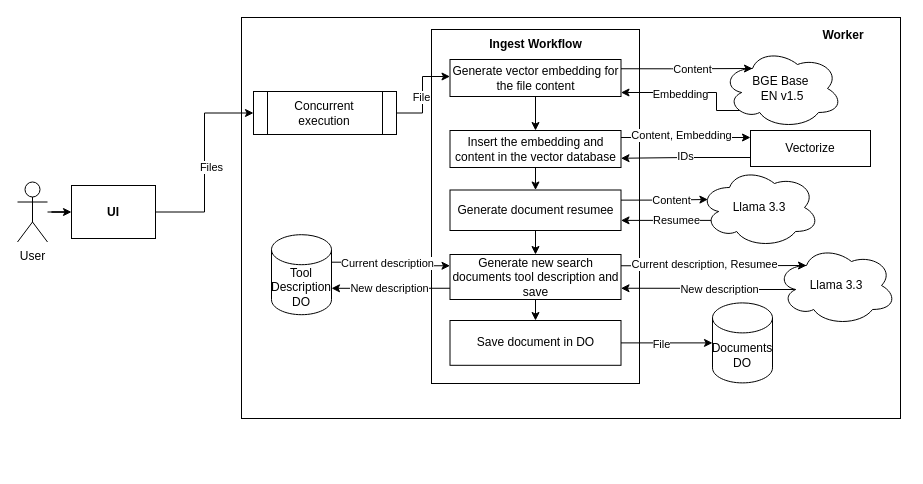
Above: page "Ingest" (2 of 3) of diagrams/diagrams.drawio in jaimerusso/cf_ai_tbot_lite (draw.io), before the change. Source tidied: cells renumbered, new cells numbered last; positions are measured from the earlier drawing's top-left corner, leaving out a move shared by most shapes. Both pictures are drawn from the tidied source at 100%, with x=0, y=0 at pixel (17, 17).
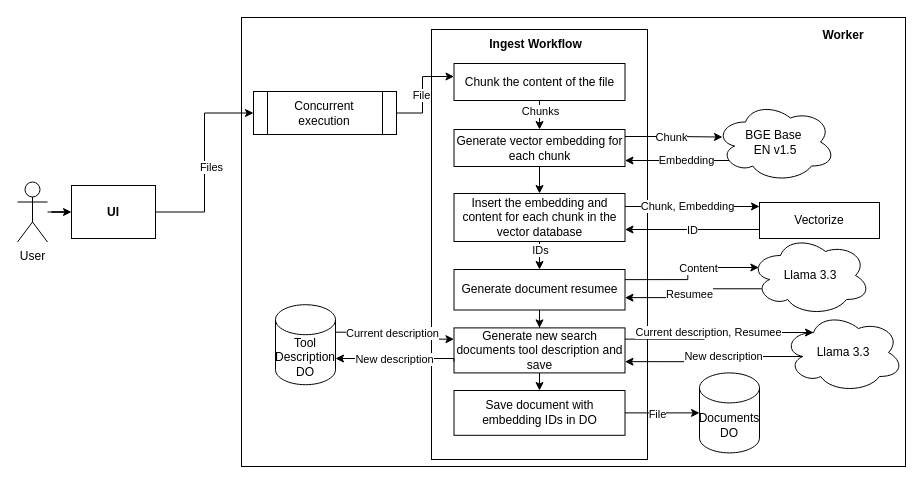
Above is the later version.

Commit message (it also covers changes not shown here):
diagrams update with document chunking

The change refers to these unchanged cells:
```xml
<mxCell id="13" value="Concurrent execution" style="shape=process;whiteSpace=wrap;html=1;backgroundOutline=1;" parent="1" vertex="1">
  <mxGeometry x="236" y="74" width="143" height="43" as="geometry" />
</mxCell>
<mxCell id="21" style="edgeStyle=orthogonalEdgeStyle;rounded=0;jettySize=auto;html=1;exitX=0.5;exitY=1;exitDx=0;exitDy=0;entryX=0.5;entryY=0;entryDx=0;entryDy=0;" parent="1" edge="1" source="22" target="27">
  <mxGeometry relative="1" as="geometry" />
</mxCell>
<mxCell id="23" style="edgeStyle=orthogonalEdgeStyle;rounded=0;jettySize=auto;html=1;exitX=0;exitY=0.75;exitDx=0;exitDy=0;entryX=1;entryY=0.75;entryDx=0;entryDy=0;" parent="1" edge="1" source="25" target="22">
  <mxGeometry relative="1" as="geometry" />
</mxCell>
```

Diff of the diagram source:
```diff
@@
     <mxCell id="2" style="rounded=0;whiteSpace=wrap;html=1;" parent="1" vertex="1">
-      <mxGeometry x="224" width="659" height="401" as="geometry" />
+      <mxGeometry x="224" width="664" height="449" as="geometry" />
     </mxCell>
@@
     <mxCell id="8" style="rounded=0;whiteSpace=wrap;html=1;fillColor=none;" parent="1" vertex="1">
-      <mxGeometry x="414" y="12" width="208" height="354" as="geometry" />
+      <mxGeometry x="414" y="12" width="216" height="430" as="geometry" />
     </mxCell>
@@
-    <mxCell id="11" style="edgeStyle=orthogonalEdgeStyle;rounded=0;jettySize=auto;html=1;exitX=1;exitY=0.5;exitDx=0;exitDy=0;" parent="1" edge="1" source="13" target="18">
+    <mxCell id="11" style="edgeStyle=orthogonalEdgeStyle;rounded=0;jettySize=auto;html=1;exitX=1;exitY=0.5;exitDx=0;exitDy=0;" parent="1" edge="1" source="13" target="54">
       <mxGeometry relative="1" as="geometry">
         <Array as="points">
           <mxPoint x="405" y="96" />
           <mxPoint x="405" y="59" />
+          <mxPoint x="537" y="59" />
         </Array>
       </mxGeometry>
     </mxCell>
@@
-    <mxCell id="14" style="edgeStyle=orthogonalEdgeStyle;rounded=0;jettySize=auto;html=1;exitX=0.16;exitY=0.55;exitDx=0;exitDy=0;exitPerimeter=0;entryX=1;entryY=0.892;entryDx=0;entryDy=0;entryPerimeter=0;" parent="1" edge="1" source="16" target="18">
+    <mxCell id="14" style="edgeStyle=orthogonalEdgeStyle;rounded=0;jettySize=auto;html=1;exitX=0.12;exitY=0.708;exitDx=0;exitDy=0;exitPerimeter=0;" parent="1" edge="1" source="16" target="18">
       <mxGeometry relative="1" as="geometry">
         <Array as="points">
-          <mxPoint x="699" y="93" />
+          <mxPoint x="725" y="143" />
         </Array>
       </mxGeometry>
     </mxCell>
     <mxCell id="15" value="Embedding" style="edgeLabel;html=1;align=center;verticalAlign=middle;" parent="14" vertex="1">
       <mxGeometry x="0.27" y="1" relative="1" as="geometry">
-        <mxPoint x="2" as="offset" />
+        <mxPoint x="13" y="-2" as="offset" />
       </mxGeometry>
     </mxCell>
     <mxCell id="16" value="BGE Base&amp;nbsp;&lt;div&gt;EN v1.5&lt;/div&gt;" style="ellipse;shape=cloud;whiteSpace=wrap;html=1;" parent="1" vertex="1">
-      <mxGeometry x="705" y="31" width="120" height="80" as="geometry" />
+      <mxGeometry x="698" y="84.5" width="120" height="80" as="geometry" />
     </mxCell>
@@
-    <mxCell id="18" value="Generate vector embedding for the file content" style="rounded=0;whiteSpace=wrap;html=1;" parent="1" vertex="1">
-      <mxGeometry x="432.5" y="42" width="171" height="37" as="geometry" />
+    <mxCell id="18" value="Generate vector embedding for each chunk" style="rounded=0;whiteSpace=wrap;html=1;" parent="1" vertex="1">
+      <mxGeometry x="436.5" y="112" width="171" height="37" as="geometry" />
     </mxCell>
-    <mxCell id="19" style="edgeStyle=orthogonalEdgeStyle;rounded=0;jettySize=auto;html=1;" parent="1" edge="1" source="22" target="25">
+    <mxCell id="19" style="edgeStyle=orthogonalEdgeStyle;rounded=0;jettySize=auto;html=1;" parent="1" edge="1" target="25">
       <mxGeometry relative="1" as="geometry">
+        <mxPoint x="606" y="197" as="sourcePoint" />
         <Array as="points">
-          <mxPoint x="667" y="120" />
-          <mxPoint x="667" y="120" />
+          <mxPoint x="606" y="189" />
         </Array>
       </mxGeometry>
     </mxCell>
-    <mxCell id="20" value="Content, Embedding" style="edgeLabel;html=1;align=center;verticalAlign=middle;" parent="19" vertex="1">
+    <mxCell id="20" value="Chunk, Embedding" style="edgeLabel;html=1;align=center;verticalAlign=middle;" parent="19" vertex="1">
       <mxGeometry x="0.24" y="1" relative="1" as="geometry">
-        <mxPoint x="-20" y="-2" as="offset" />
+        <mxPoint x="-18" as="offset" />
       </mxGeometry>
     </mxCell>
@@
+    <mxCell id="51" value="IDs" style="edgeLabel;html=1;align=center;verticalAlign=middle;" parent="21" vertex="1">
+      <mxGeometry x="-0.26" y="2" relative="1" as="geometry">
+        <mxPoint x="-2" y="-2" as="offset" />
+      </mxGeometry>
+    </mxCell>
-    <mxCell id="22" value="Insert the embedding and content in the vector database" style="rounded=0;whiteSpace=wrap;html=1;" parent="1" vertex="1">
-      <mxGeometry x="432.5" y="113" width="171" height="37" as="geometry" />
+    <mxCell id="22" value="Insert the embedding and content for each chunk in the vector database" style="rounded=0;whiteSpace=wrap;html=1;" parent="1" vertex="1">
+      <mxGeometry x="436.5" y="176" width="171" height="48" as="geometry" />
     </mxCell>
@@
-    <mxCell id="24" value="IDs" style="edgeLabel;html=1;align=center;verticalAlign=middle;" parent="23" vertex="1">
+    <mxCell id="24" value="ID" style="edgeLabel;html=1;align=center;verticalAlign=middle;" parent="23" vertex="1">
       <mxGeometry x="-0.23" y="-2" relative="1" as="geometry">
-        <mxPoint x="-16" as="offset" />
+        <mxPoint x="-16" y="2" as="offset" />
       </mxGeometry>
     </mxCell>
-    <mxCell id="25" value="Vectorize" style="rounded=0;whiteSpace=wrap;html=1;" parent="1" vertex="1">
-      <mxGeometry x="733" y="113" width="120" height="36" as="geometry" />
-    </mxCell>
@@
     <mxCell id="27" value="Generate document resumee" style="rounded=0;whiteSpace=wrap;html=1;" parent="1" vertex="1">
-      <mxGeometry x="432.5" y="172.5" width="171" height="40.5" as="geometry" />
+      <mxGeometry x="436.5" y="252" width="171" height="40.5" as="geometry" />
     </mxCell>
-    <mxCell id="28" style="edgeStyle=orthogonalEdgeStyle;rounded=0;jettySize=auto;html=1;exitX=1;exitY=0.25;exitDx=0;exitDy=0;entryX=0.25;entryY=0.25;entryDx=0;entryDy=0;entryPerimeter=0;" parent="1" edge="1" source="18" target="16">
-      <mxGeometry relative="1" as="geometry" />
+    <mxCell id="28" style="edgeStyle=orthogonalEdgeStyle;rounded=0;jettySize=auto;html=1;entryX=0.058;entryY=0.438;entryDx=0;entryDy=0;entryPerimeter=0;" parent="1" edge="1" target="16">
+      <mxGeometry relative="1" as="geometry">
+        <mxPoint x="607.5" y="119" as="sourcePoint" />
+        <Array as="points">
+          <mxPoint x="659" y="119" />
+        </Array>
+      </mxGeometry>
     </mxCell>
-    <mxCell id="29" value="Content" style="edgeLabel;html=1;align=center;verticalAlign=middle;" parent="28" vertex="1">
-      <mxGeometry x="0.07" relative="1" as="geometry" />
+    <mxCell id="29" value="Chunk" style="edgeLabel;html=1;align=center;verticalAlign=middle;" parent="28" vertex="1">
+      <mxGeometry x="0.07" relative="1" as="geometry">
+        <mxPoint x="-6" as="offset" />
+      </mxGeometry>
     </mxCell>
-    <mxCell id="30" style="edgeStyle=orthogonalEdgeStyle;rounded=0;jettySize=auto;html=1;exitX=0.16;exitY=0.55;exitDx=0;exitDy=0;exitPerimeter=0;entryX=1;entryY=0.75;entryDx=0;entryDy=0;" parent="1" edge="1" source="32" target="27">
+    <mxCell id="30" style="edgeStyle=orthogonalEdgeStyle;rounded=0;jettySize=auto;html=1;exitX=0.094;exitY=0.666;exitDx=0;exitDy=0;exitPerimeter=0;entryX=1;entryY=0.695;entryDx=0;entryDy=0;entryPerimeter=0;" parent="1" edge="1" source="32" target="27">
       <mxGeometry relative="1" as="geometry">
         <Array as="points">
-          <mxPoint x="701" y="203" />
+          <mxPoint x="670" y="271" />
         </Array>
       </mxGeometry>
     </mxCell>
     <mxCell id="31" value="Resumee" style="edgeLabel;html=1;align=center;verticalAlign=middle;" parent="30" vertex="1">
-      <mxGeometry x="-0.17" relative="1" as="geometry">
-        <mxPoint x="-8" as="offset" />
-      </mxGeometry>
+      <mxGeometry x="0.08" y="1" relative="1" as="geometry" />
     </mxCell>
     <mxCell id="32" value="Llama 3.3" style="ellipse;shape=cloud;whiteSpace=wrap;html=1;" parent="1" vertex="1">
-      <mxGeometry x="682" y="150" width="120" height="80" as="geometry" />
+      <mxGeometry x="733" y="218" width="120" height="80" as="geometry" />
     </mxCell>
@@
     <mxCell id="36" value="Generate new search documents tool description and save" style="rounded=0;whiteSpace=wrap;html=1;" parent="1" vertex="1">
-      <mxGeometry x="432.5" y="237" width="171" height="45" as="geometry" />
+      <mxGeometry x="436.5" y="310.4" width="171" height="45" as="geometry" />
     </mxCell>
@@
     <mxCell id="39" value="Llama 3.3" style="ellipse;shape=cloud;whiteSpace=wrap;html=1;" parent="1" vertex="1">
-      <mxGeometry x="759" y="228" width="120" height="80" as="geometry" />
+      <mxGeometry x="766" y="295" width="120" height="80" as="geometry" />
     </mxCell>
@@
     <mxCell id="44" value="Tool Description DO" style="shape=cylinder3;whiteSpace=wrap;html=1;boundedLbl=1;backgroundOutline=1;size=15;" parent="1" vertex="1">
-      <mxGeometry x="254" y="217.2" width="60" height="80" as="geometry" />
+      <mxGeometry x="258" y="287.2" width="60" height="80" as="geometry" />
     </mxCell>
     <mxCell id="45" style="edgeStyle=orthogonalEdgeStyle;rounded=0;jettySize=auto;html=1;exitX=0;exitY=0.75;exitDx=0;exitDy=0;" parent="1" edge="1" source="36" target="44">
       <mxGeometry relative="1" as="geometry">
         <Array as="points">
-          <mxPoint x="340" y="271" />
-          <mxPoint x="340" y="271" />
+          <mxPoint x="374" y="341" />
+          <mxPoint x="374" y="341" />
         </Array>
       </mxGeometry>
     </mxCell>
@@
-    <mxCell id="49" value="Save document in DO" style="rounded=0;whiteSpace=wrap;html=1;" parent="1" vertex="1">
-      <mxGeometry x="432.5" y="303" width="171" height="44.8" as="geometry" />
+    <mxCell id="49" value="Save document with embedding IDs in DO" style="rounded=0;whiteSpace=wrap;html=1;" parent="1" vertex="1">
+      <mxGeometry x="436.5" y="373" width="171" height="44.8" as="geometry" />
     </mxCell>
     <mxCell id="50" value="Documents DO" style="shape=cylinder3;whiteSpace=wrap;html=1;boundedLbl=1;backgroundOutline=1;size=15;" parent="1" vertex="1">
-      <mxGeometry x="695" y="285.4" width="60" height="80" as="geometry" />
+      <mxGeometry x="682" y="355.4" width="60" height="80" as="geometry" />
     </mxCell>
+    <mxCell id="52" style="edgeStyle=orthogonalEdgeStyle;rounded=0;jettySize=auto;html=1;exitX=0.5;exitY=1;exitDx=0;exitDy=0;" parent="1" edge="1" source="54" target="18">
+      <mxGeometry relative="1" as="geometry" />
+    </mxCell>
+    <mxCell id="53" value="Chunks" style="edgeLabel;html=1;align=center;verticalAlign=middle;" parent="52" vertex="1">
+      <mxGeometry x="0.04" y="-3" relative="1" as="geometry">
+        <mxPoint x="-3" y="-3" as="offset" />
+      </mxGeometry>
+    </mxCell>
+    <mxCell id="54" value="Chunk the content of the file" style="rounded=0;whiteSpace=wrap;html=1;" parent="1" vertex="1">
+      <mxGeometry x="436.5" y="46" width="171" height="37" as="geometry" />
+    </mxCell>
+    <mxCell id="25" value="Vectorize" style="rounded=0;whiteSpace=wrap;html=1;" parent="1" vertex="1">
+      <mxGeometry x="742" y="185" width="120" height="36" as="geometry" />
+    </mxCell>
```
